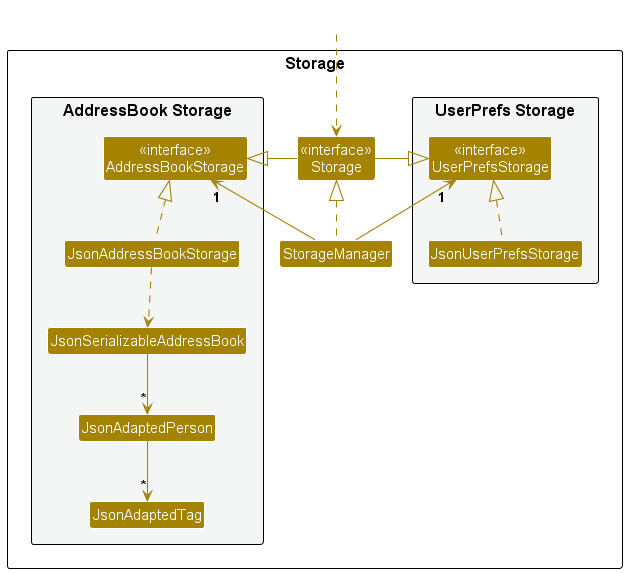
Above: docs/images/developer-guide-images/StorageClassDiagram.png in nus-cs2103-AY2425S1/tp (PlantUML), before the change.
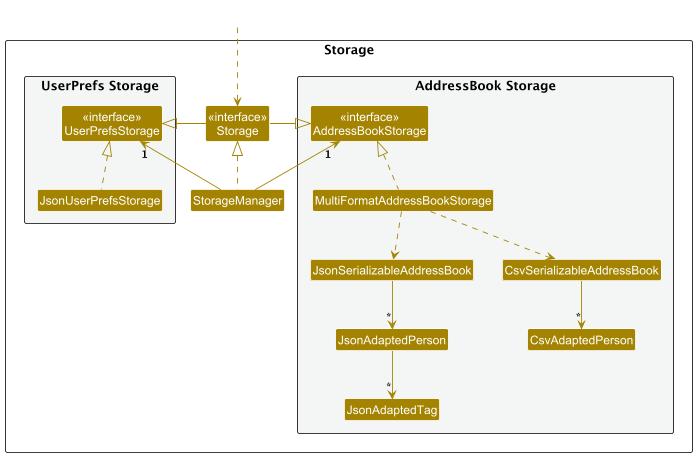
Above is the later version.

Commit message:
Update Storage.java UML diagram

Diff of the diagram source:
```diff
@@ -16,10 +16,12 @@
 
 package "AddressBook Storage" #F4F6F6{
 Class "<<interface>>\nAddressBookStorage" as AddressBookStorage
-Class JsonAddressBookStorage
+Class MultiFormatAddressBookStorage
 Class JsonSerializableAddressBook
 Class JsonAdaptedPerson
 Class JsonAdaptedTag
+Class CsvSerializableAddressBook
+Class CsvAdaptedPerson
 }
 
 }
@@ -35,8 +37,10 @@
 Storage -right-|> AddressBookStorage
 
 JsonUserPrefsStorage .up.|> UserPrefsStorage
-JsonAddressBookStorage .up.|> AddressBookStorage
-JsonAddressBookStorage ..> JsonSerializableAddressBook
+MultiFormatAddressBookStorage .up.|> AddressBookStorage
+MultiFormatAddressBookStorage ..> JsonSerializableAddressBook
+MultiFormatAddressBookStorage ..> CsvSerializableAddressBook
+CsvSerializableAddressBook --> "*" CsvAdaptedPerson
 JsonSerializableAddressBook --> "*" JsonAdaptedPerson
 JsonAdaptedPerson --> "*" JsonAdaptedTag
 
```
